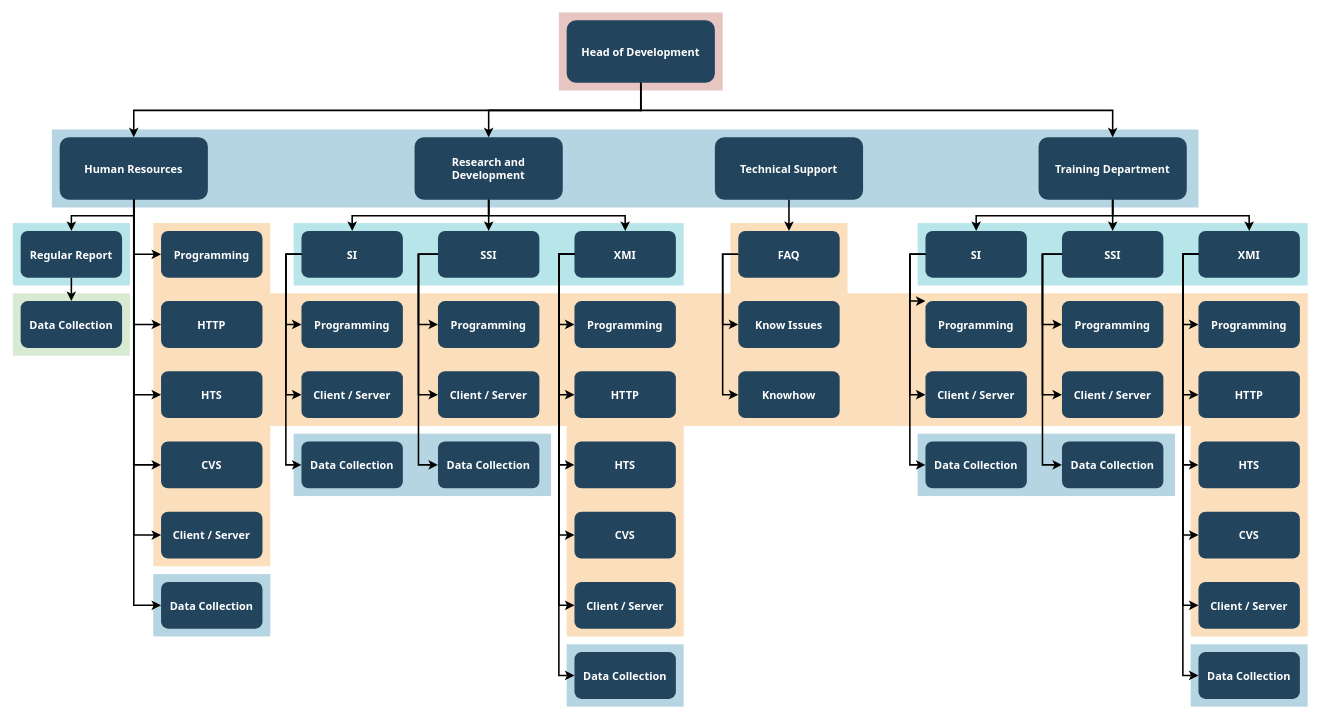
Before: ISO19011:2018.drawio in eleanorMarquez/TYPO3CMS-Tutorial-GettingStarted, a draw.io diagram. Source tidied: cells renumbered, new cells numbered last; positions are measured from the earlier drawing's top-left corner, leaving out a move shared by most shapes. Both pictures are drawn from the tidied source at 78%, with x=0, y=0 at pixel (12, 12).
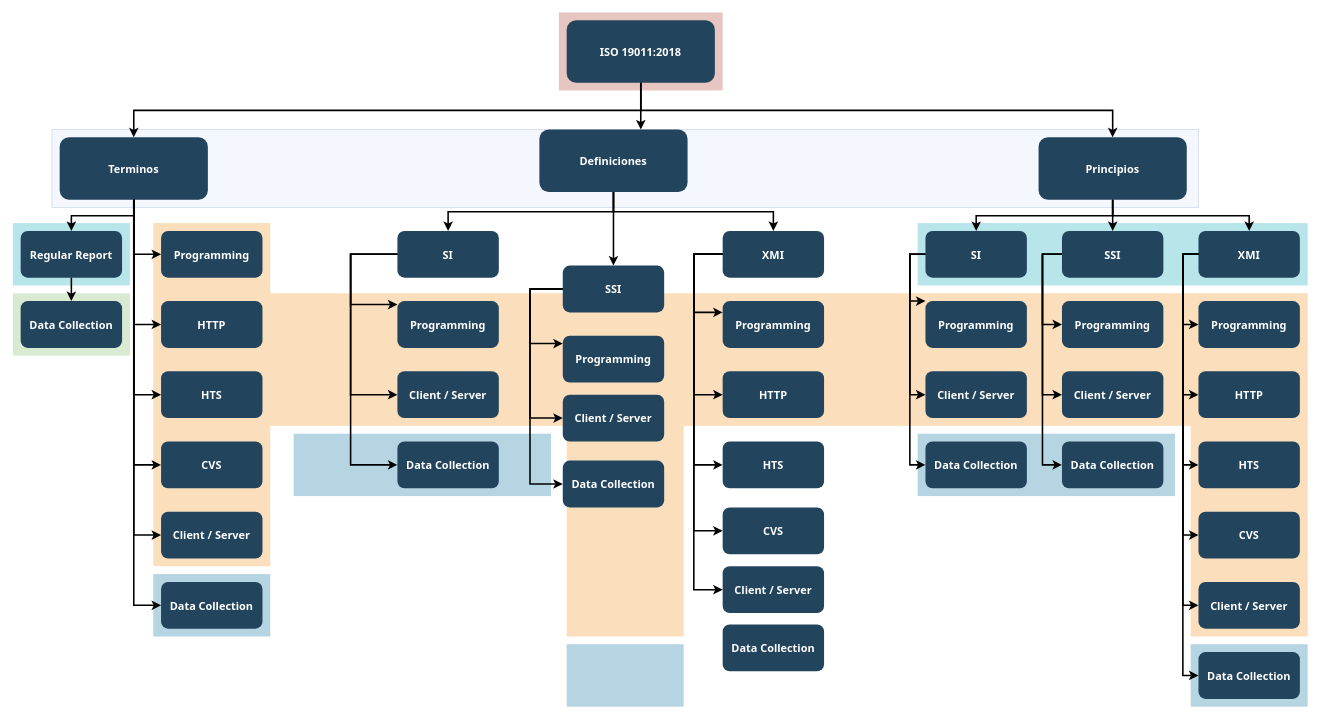
The same page after the edit.

Diff of the diagram source:
```diff
@@
-    <mxCell id="3" style="fillColor=#10739E;strokeColor=none;opacity=30;" parent="1" vertex="1">
+    <mxCell id="3" style="opacity=30;fillColor=#dae8fc;strokeColor=#6c8ebf;" parent="1" vertex="1">
       <mxGeometry x="50" y="149.5" width="1470" height="100" as="geometry" />
     </mxCell>
@@
-    <mxCell id="5" style="fillColor=#F2931E;strokeColor=none;opacity=30;" parent="1" vertex="1">
-      <mxGeometry x="920" y="269.5" width="150" height="90" as="geometry" />
-    </mxCell>
@@
-    <mxCell id="16" style="fillColor=#12AAB5;strokeColor=none;opacity=30;" parent="1" vertex="1">
-      <mxGeometry x="360" y="269.5" width="500" height="80" as="geometry" />
-    </mxCell>
@@
-    <mxCell id="18" value="Head of Development" style="rounded=1;fillColor=#23445D;gradientColor=none;strokeColor=none;fontColor=#FFFFFF;fontStyle=1;fontFamily=Tahoma;fontSize=14;" parent="1" vertex="1">
+    <mxCell id="18" value="ISO 19011:2018" style="rounded=1;fillColor=#23445D;gradientColor=none;strokeColor=none;fontColor=#FFFFFF;fontStyle=1;fontFamily=Tahoma;fontSize=14;" parent="1" vertex="1">
       <mxGeometry x="710" y="9.5" width="190" height="80" as="geometry" />
     </mxCell>
-    <mxCell id="19" value="Training Department" style="rounded=1;fillColor=#23445D;gradientColor=none;strokeColor=none;fontColor=#FFFFFF;fontStyle=1;fontFamily=Tahoma;fontSize=14;" parent="1" vertex="1">
+    <mxCell id="19" value="Principios" style="rounded=1;fillColor=#23445D;gradientColor=none;strokeColor=none;fontColor=#FFFFFF;fontStyle=1;fontFamily=Tahoma;fontSize=14;" parent="1" vertex="1">
       <mxGeometry x="1315" y="159.5" width="190" height="80" as="geometry" />
     </mxCell>
@@
-    <mxCell id="21" value="Technical Support" style="rounded=1;fillColor=#23445D;gradientColor=none;strokeColor=none;fontColor=#FFFFFF;fontStyle=1;fontFamily=Tahoma;fontSize=14;" parent="1" vertex="1">
-      <mxGeometry x="900" y="159.5" width="190" height="80" as="geometry" />
-    </mxCell>
-    <mxCell id="22" value="Research and &#10;Development" style="rounded=1;fillColor=#23445D;gradientColor=none;strokeColor=none;fontColor=#FFFFFF;fontStyle=1;fontFamily=Tahoma;fontSize=14;" parent="1" vertex="1">
-      <mxGeometry x="515" y="159.5" width="190" height="80" as="geometry" />
+    <mxCell id="22" value="Definiciones" style="rounded=1;fillColor=#23445D;gradientColor=none;strokeColor=none;fontColor=#FFFFFF;fontStyle=1;fontFamily=Tahoma;fontSize=14;" parent="1" vertex="1">
+      <mxGeometry x="675" y="149.5" width="190" height="80" as="geometry" />
     </mxCell>
-    <mxCell id="23" value="Human Resources" style="rounded=1;fillColor=#23445D;gradientColor=none;strokeColor=none;fontColor=#FFFFFF;fontStyle=1;fontFamily=Tahoma;fontSize=14;" parent="1" vertex="1">
+    <mxCell id="23" value="Terminos" style="rounded=1;fillColor=#23445D;gradientColor=none;strokeColor=none;fontColor=#FFFFFF;fontStyle=1;fontFamily=Tahoma;fontSize=14;" parent="1" vertex="1">
       <mxGeometry x="60" y="159.5" width="190" height="80" as="geometry" />
     </mxCell>
@@
     <mxCell id="32" value="SI" style="rounded=1;fillColor=#23445D;gradientColor=none;strokeColor=none;fontColor=#FFFFFF;fontStyle=1;fontFamily=Tahoma;fontSize=14;" parent="1" vertex="1">
-      <mxGeometry x="370" y="279.5" width="130" height="60" as="geometry" />
+      <mxGeometry x="493" y="279.5" width="130" height="60" as="geometry" />
     </mxCell>
     <mxCell id="33" value="Programming" style="rounded=1;fillColor=#23445D;gradientColor=none;strokeColor=none;fontColor=#FFFFFF;fontStyle=1;fontFamily=Tahoma;fontSize=14;" parent="1" vertex="1">
-      <mxGeometry x="370" y="369.5" width="130" height="60" as="geometry" />
+      <mxGeometry x="493" y="369.5" width="130" height="60" as="geometry" />
     </mxCell>
     <mxCell id="34" value="Client / Server" style="rounded=1;fillColor=#23445D;gradientColor=none;strokeColor=none;fontColor=#FFFFFF;fontStyle=1;fontFamily=Tahoma;fontSize=14;" parent="1" vertex="1">
-      <mxGeometry x="370" y="459.5" width="130" height="60" as="geometry" />
+      <mxGeometry x="493" y="459.5" width="130" height="60" as="geometry" />
     </mxCell>
     <mxCell id="35" value="Data Collection" style="rounded=1;fillColor=#23445D;gradientColor=none;strokeColor=none;fontColor=#FFFFFF;fontStyle=1;fontFamily=Tahoma;fontSize=14;" parent="1" vertex="1">
-      <mxGeometry x="370" y="549.5" width="130" height="60" as="geometry" />
+      <mxGeometry x="493" y="549.5" width="130" height="60" as="geometry" />
     </mxCell>
     <mxCell id="36" value="SSI" style="rounded=1;fillColor=#23445D;gradientColor=none;strokeColor=none;fontColor=#FFFFFF;fontStyle=1;fontFamily=Tahoma;fontSize=14;" parent="1" vertex="1">
-      <mxGeometry x="545" y="279.5" width="130" height="60" as="geometry" />
+      <mxGeometry x="705" y="324" width="130" height="60" as="geometry" />
     </mxCell>
     <mxCell id="37" value="Programming" style="rounded=1;fillColor=#23445D;gradientColor=none;strokeColor=none;fontColor=#FFFFFF;fontStyle=1;fontFamily=Tahoma;fontSize=14;" parent="1" vertex="1">
-      <mxGeometry x="545" y="369.5" width="130" height="60" as="geometry" />
+      <mxGeometry x="705" y="414" width="130" height="60" as="geometry" />
     </mxCell>
     <mxCell id="38" value="Client / Server" style="rounded=1;fillColor=#23445D;gradientColor=none;strokeColor=none;fontColor=#FFFFFF;fontStyle=1;fontFamily=Tahoma;fontSize=14;" parent="1" vertex="1">
-      <mxGeometry x="545" y="459.5" width="130" height="60" as="geometry" />
+      <mxGeometry x="705" y="489.5" width="130" height="60" as="geometry" />
     </mxCell>
     <mxCell id="39" value="Data Collection" style="rounded=1;fillColor=#23445D;gradientColor=none;strokeColor=none;fontColor=#FFFFFF;fontStyle=1;fontFamily=Tahoma;fontSize=14;" parent="1" vertex="1">
-      <mxGeometry x="545" y="549.5" width="130" height="60" as="geometry" />
+      <mxGeometry x="705" y="574" width="130" height="60" as="geometry" />
     </mxCell>
     <mxCell id="40" value="XMI" style="rounded=1;fillColor=#23445D;gradientColor=none;strokeColor=none;fontColor=#FFFFFF;fontStyle=1;fontFamily=Tahoma;fontSize=14;" parent="1" vertex="1">
-      <mxGeometry x="720" y="279.5" width="130" height="60" as="geometry" />
+      <mxGeometry x="910" y="279.5" width="130" height="60" as="geometry" />
     </mxCell>
     <mxCell id="41" value="Programming" style="rounded=1;fillColor=#23445D;gradientColor=none;strokeColor=none;fontColor=#FFFFFF;fontStyle=1;fontFamily=Tahoma;fontSize=14;" parent="1" vertex="1">
-      <mxGeometry x="720" y="369.5" width="130" height="60" as="geometry" />
+      <mxGeometry x="910" y="369.5" width="130" height="60" as="geometry" />
     </mxCell>
     <mxCell id="42" value="HTTP" style="rounded=1;fillColor=#23445D;gradientColor=none;strokeColor=none;fontColor=#FFFFFF;fontStyle=1;fontFamily=Tahoma;fontSize=14;" parent="1" vertex="1">
-      <mxGeometry x="720" y="459.5" width="130" height="60" as="geometry" />
+      <mxGeometry x="910" y="459.5" width="130" height="60" as="geometry" />
     </mxCell>
     <mxCell id="43" value="HTS" style="rounded=1;fillColor=#23445D;gradientColor=none;strokeColor=none;fontColor=#FFFFFF;fontStyle=1;fontFamily=Tahoma;fontSize=14;" parent="1" vertex="1">
-      <mxGeometry x="720" y="549.5" width="130" height="60" as="geometry" />
+      <mxGeometry x="910" y="549.5" width="130" height="60" as="geometry" />
     </mxCell>
     <mxCell id="44" value="CVS" style="rounded=1;fillColor=#23445D;gradientColor=none;strokeColor=none;fontColor=#FFFFFF;fontStyle=1;fontFamily=Tahoma;fontSize=14;" parent="1" vertex="1">
-      <mxGeometry x="720" y="639.5" width="130" height="60" as="geometry" />
+      <mxGeometry x="910" y="634" width="130" height="60" as="geometry" />
     </mxCell>
     <mxCell id="45" value="Client / Server" style="rounded=1;fillColor=#23445D;gradientColor=none;strokeColor=none;fontColor=#FFFFFF;fontStyle=1;fontFamily=Tahoma;fontSize=14;" parent="1" vertex="1">
-      <mxGeometry x="720" y="729.5" width="130" height="60" as="geometry" />
+      <mxGeometry x="910" y="709.5" width="130" height="60" as="geometry" />
     </mxCell>
     <mxCell id="46" value="Data Collection" style="rounded=1;fillColor=#23445D;gradientColor=none;strokeColor=none;fontColor=#FFFFFF;fontStyle=1;fontFamily=Tahoma;fontSize=14;" parent="1" vertex="1">
-      <mxGeometry x="720" y="819.5" width="130" height="60" as="geometry" />
+      <mxGeometry x="910" y="784" width="130" height="60" as="geometry" />
     </mxCell>
-    <mxCell id="47" value="FAQ" style="rounded=1;fillColor=#23445D;gradientColor=none;strokeColor=none;fontColor=#FFFFFF;fontStyle=1;fontFamily=Tahoma;fontSize=14;" parent="1" vertex="1">
-      <mxGeometry x="930" y="279.5" width="130" height="60" as="geometry" />
-    </mxCell>
-    <mxCell id="48" value="Know Issues" style="rounded=1;fillColor=#23445D;gradientColor=none;strokeColor=none;fontColor=#FFFFFF;fontStyle=1;fontFamily=Tahoma;fontSize=14;" parent="1" vertex="1">
-      <mxGeometry x="930" y="369.5" width="130" height="60" as="geometry" />
-    </mxCell>
-    <mxCell id="49" value="Knowhow" style="rounded=1;fillColor=#23445D;gradientColor=none;strokeColor=none;fontColor=#FFFFFF;fontStyle=1;fontFamily=Tahoma;fontSize=14;" parent="1" vertex="1">
-      <mxGeometry x="930" y="459.5" width="130" height="60" as="geometry" />
-    </mxCell>
@@
-    <mxCell id="65" style="edgeStyle=elbowEdgeStyle;elbow=vertical;strokeWidth=2;rounded=0;" parent="1" edge="1" source="18" target="22">
-      <mxGeometry x="347" y="225.5" as="geometry" />
+    <mxCell id="65" style="edgeStyle=elbowEdgeStyle;elbow=vertical;strokeWidth=2;rounded=0;" parent="1" edge="1" source="18" target="3">
+      <mxGeometry x="347" y="225.5" as="geometry">
+        <Array as="points">
+          <mxPoint x="805" y="144" />
+        </Array>
+      </mxGeometry>
     </mxCell>
@@
     <mxCell id="74" style="edgeStyle=elbowEdgeStyle;elbow=horizontal;strokeWidth=2;rounded=0;" parent="1" edge="1" source="32" target="33">
       <mxGeometry x="-23" y="135.5" as="geometry">
         <Array as="points">
+          <mxPoint x="433" y="374" />
           <mxPoint x="350" y="359.5" />
         </Array>
       </mxGeometry>
     </mxCell>
     <mxCell id="75" style="edgeStyle=elbowEdgeStyle;elbow=horizontal;strokeWidth=2;rounded=0;" parent="1" edge="1" source="32" target="34">
       <mxGeometry x="-23" y="135.5" as="geometry">
         <Array as="points">
+          <mxPoint x="433" y="444" />
           <mxPoint x="350" y="399.5" />
         </Array>
       </mxGeometry>
     </mxCell>
     <mxCell id="76" style="edgeStyle=elbowEdgeStyle;elbow=horizontal;strokeWidth=2;rounded=0;" parent="1" edge="1" source="32" target="35">
       <mxGeometry x="-23" y="135.5" as="geometry">
         <Array as="points">
+          <mxPoint x="433" y="444" />
           <mxPoint x="350" y="439.5" />
         </Array>
       </mxGeometry>
     </mxCell>
     <mxCell id="77" style="edgeStyle=elbowEdgeStyle;elbow=horizontal;strokeWidth=2;rounded=0;" parent="1" edge="1" source="36" target="37">
       <mxGeometry x="-23" y="135.5" as="geometry">
         <Array as="points">
+          <mxPoint x="663" y="424" />
           <mxPoint x="520" y="359.5" />
         </Array>
       </mxGeometry>
     </mxCell>
     <mxCell id="78" style="edgeStyle=elbowEdgeStyle;elbow=horizontal;strokeWidth=2;rounded=0;" parent="1" edge="1" source="36" target="38">
       <mxGeometry x="-23" y="135.5" as="geometry">
         <Array as="points">
+          <mxPoint x="663" y="444" />
           <mxPoint x="520" y="399.5" />
         </Array>
       </mxGeometry>
     </mxCell>
     <mxCell id="79" style="edgeStyle=elbowEdgeStyle;elbow=horizontal;strokeWidth=2;rounded=0;" parent="1" edge="1" source="36" target="39">
       <mxGeometry x="-23" y="135.5" as="geometry">
         <Array as="points">
+          <mxPoint x="663" y="464" />
           <mxPoint x="520" y="439.5" />
         </Array>
       </mxGeometry>
     </mxCell>
     <mxCell id="80" style="edgeStyle=elbowEdgeStyle;elbow=horizontal;strokeWidth=2;rounded=0;" parent="1" edge="1" source="40" target="41">
       <mxGeometry x="-23" y="135.5" as="geometry">
         <Array as="points">
+          <mxPoint x="873" y="384" />
+          <mxPoint x="803" y="394" />
           <mxPoint x="700" y="359.5" />
         </Array>
       </mxGeometry>
     </mxCell>
     <mxCell id="81" style="edgeStyle=elbowEdgeStyle;elbow=horizontal;strokeWidth=2;rounded=0;" parent="1" edge="1" source="40" target="42">
       <mxGeometry x="-23" y="135.5" as="geometry">
         <Array as="points">
-          <mxPoint x="700" y="399.5" />
+          <mxPoint x="873" y="394" />
+          <mxPoint x="803" y="464" />
+          <mxPoint x="813" y="434" />
         </Array>
       </mxGeometry>
     </mxCell>
     <mxCell id="82" style="edgeStyle=elbowEdgeStyle;elbow=horizontal;strokeWidth=2;rounded=0;" parent="1" edge="1" source="40" target="43">
       <mxGeometry x="-23" y="135.5" as="geometry">
         <Array as="points">
+          <mxPoint x="873" y="404" />
+          <mxPoint x="803" y="464" />
+          <mxPoint x="833" y="384" />
           <mxPoint x="700" y="449.5" />
         </Array>
       </mxGeometry>
     </mxCell>
     <mxCell id="83" style="edgeStyle=elbowEdgeStyle;elbow=horizontal;strokeWidth=2;rounded=0;" parent="1" edge="1" source="40" target="44">
       <mxGeometry x="-23" y="135.5" as="geometry">
         <Array as="points">
+          <mxPoint x="873" y="414" />
+          <mxPoint x="803" y="464" />
+          <mxPoint x="823" y="544" />
           <mxPoint x="700" y="489.5" />
         </Array>
       </mxGeometry>
     </mxCell>
     <mxCell id="84" style="edgeStyle=elbowEdgeStyle;elbow=horizontal;strokeWidth=2;rounded=0;" parent="1" edge="1" source="40" target="45">
       <mxGeometry x="-23" y="135.5" as="geometry">
         <Array as="points">
+          <mxPoint x="873" y="404" />
+          <mxPoint x="803" y="454" />
+          <mxPoint x="823" y="394" />
           <mxPoint x="700" y="529.5" />
         </Array>
       </mxGeometry>
     </mxCell>
-    <mxCell id="85" style="edgeStyle=elbowEdgeStyle;elbow=horizontal;strokeWidth=2;rounded=0;" parent="1" edge="1" source="40" target="46">
-      <mxGeometry x="-23" y="135.5" as="geometry">
-        <Array as="points">
-          <mxPoint x="700" y="579.5" />
-        </Array>
-      </mxGeometry>
-    </mxCell>
-    <mxCell id="86" style="edgeStyle=elbowEdgeStyle;elbow=horizontal;strokeWidth=2;rounded=0;" parent="1" edge="1" source="47" target="48">
-      <mxGeometry x="-23" y="135.5" as="geometry">
-        <Array as="points">
-          <mxPoint x="910" y="359.5" />
-        </Array>
-      </mxGeometry>
-    </mxCell>
-    <mxCell id="87" style="edgeStyle=elbowEdgeStyle;elbow=horizontal;strokeWidth=2;rounded=0;" parent="1" edge="1" source="47" target="49">
-      <mxGeometry x="-23" y="135.5" as="geometry">
-        <Array as="points">
-          <mxPoint x="910" y="409.5" />
-        </Array>
-      </mxGeometry>
-    </mxCell>
@@
-    <mxCell id="103" style="edgeStyle=elbowEdgeStyle;elbow=vertical;strokeWidth=2;rounded=0;" parent="1" edge="1" source="21" target="47">
-      <mxGeometry x="-23" y="135.5" as="geometry" />
-    </mxCell>
@@
+    <mxCell id="108" style="edgeStyle=elbowEdgeStyle;elbow=horizontal;strokeWidth=2;rounded=0;endArrow=none;" parent="1" edge="1" source="40">
+      <mxGeometry x="-23" y="135.5" as="geometry">
+        <mxPoint x="951.7" y="309.5" as="targetPoint" />
+      </mxGeometry>
+    </mxCell>
```
